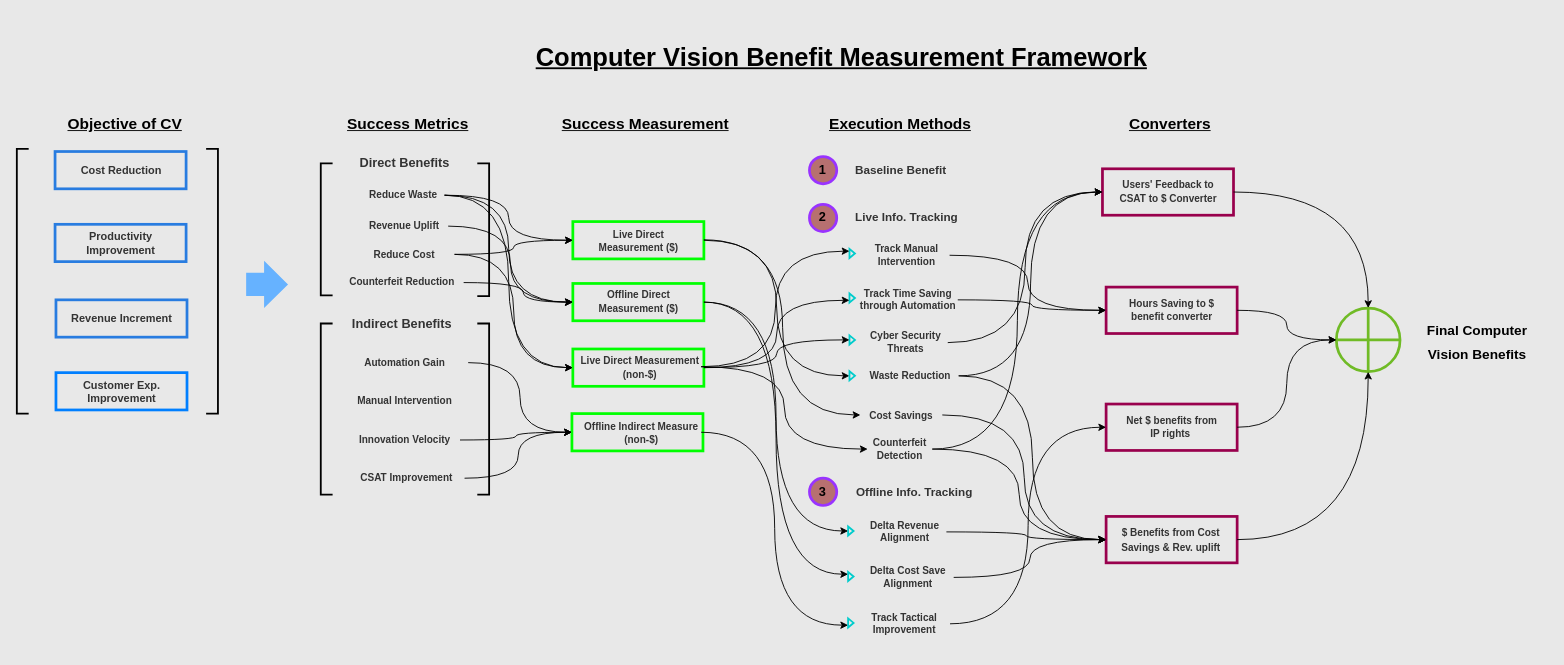
Before: CV Benefit Framework.drawio in tuhinkm/Documents, a draw.io diagram. Source tidied: cells renumbered, new cells numbered last; positions are measured from the earlier drawing's top-left corner, leaving out a move shared by most shapes. Both pictures are drawn from the tidied source at 91%, with x=0, y=0 at pixel (16, 41).
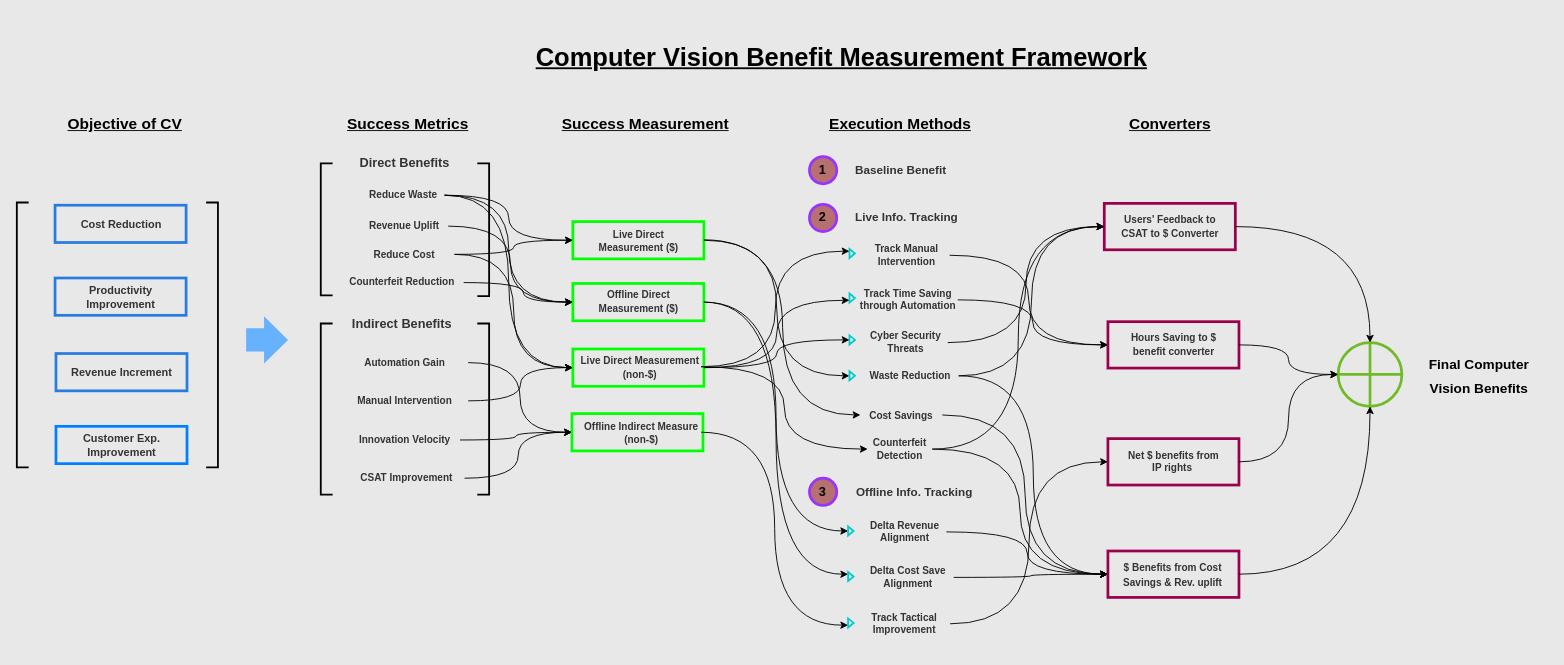
The same diagram, later.

Unchanged cells that the change refers to:
```xml
<mxCell id="30" value="&lt;h5&gt;&lt;font style=&quot;color: rgb(51, 51, 51); font-size: 11px;&quot;&gt;&lt;b&gt;Manual Intervention&lt;/b&gt;&lt;/font&gt;&lt;/h5&gt;" style="text;html=1;align=center;verticalAlign=middle;whiteSpace=wrap;rounded=0;fontSize=12;" parent="1" vertex="1">
  <mxGeometry x="357" y="380" width="139" height="30" as="geometry" />
</mxCell>
<mxCell id="39" style="rounded=0;whiteSpace=wrap;html=1;fillColor=none;strokeColor=light-dark(#00FF00,#008F00);strokeWidth=3;" parent="1" vertex="1">
  <mxGeometry x="611" y="338" width="144" height="41" as="geometry" />
</mxCell>
```

Diff of the diagram source:
```diff
@@
     <mxCell id="3" style="group;" parent="1" vertex="1">
-      <mxGeometry x="42" y="121" width="144" height="41" as="geometry" />
+      <mxGeometry x="42" y="180" width="144" height="41" as="geometry" />
     </mxCell>
@@
     <mxCell id="6" style="group;" parent="1" vertex="1">
-      <mxGeometry x="42" y="201" width="144" height="41" as="geometry" />
+      <mxGeometry x="42" y="260" width="144" height="41" as="geometry" />
     </mxCell>
@@
     <mxCell id="9" style="group;" parent="1" vertex="1">
-      <mxGeometry x="43" y="284" width="144" height="41" as="geometry" />
+      <mxGeometry x="43" y="343" width="144" height="41" as="geometry" />
     </mxCell>
@@
     <mxCell id="12" style="group;" parent="1" vertex="1">
-      <mxGeometry x="43" y="364" width="144" height="41" as="geometry" />
+      <mxGeometry x="43" y="423" width="144" height="41" as="geometry" />
     </mxCell>
@@
     <mxCell id="15" style="strokeWidth=2;html=1;shape=mxgraph.flowchart.annotation_1;align=left;" parent="1" vertex="1">
-      <mxGeometry y="118" width="13" height="291" as="geometry" />
+      <mxGeometry y="177" width="13" height="291" as="geometry" />
     </mxCell>
     <mxCell id="16" style="strokeWidth=2;html=1;shape=mxgraph.flowchart.annotation_1;align=left;direction=west;" parent="1" vertex="1">
-      <mxGeometry x="208" y="118" width="13" height="291" as="geometry" />
+      <mxGeometry x="208" y="177" width="13" height="291" as="geometry" />
     </mxCell>
@@
     <mxCell id="84" style="rounded=0;whiteSpace=wrap;html=1;fillColor=none;strokeColor=light-dark(#99004d, #008F00);strokeWidth=3;" parent="1" vertex="1">
-      <mxGeometry x="1193" y="140" width="144" height="51" as="geometry" />
+      <mxGeometry x="1195" y="178" width="144" height="51" as="geometry" />
     </mxCell>
     <mxCell id="85" style="group;strokeColor=light-dark(#99004d, #008F00);" parent="1" vertex="1">
-      <mxGeometry x="1193" y="140" width="144" height="51" as="geometry" />
+      <mxGeometry x="1195" y="178" width="144" height="51" as="geometry" />
     </mxCell>
@@
     <mxCell id="87" style="rounded=0;whiteSpace=wrap;html=1;fillColor=none;strokeColor=light-dark(#99004D,#008F00);strokeWidth=3;" parent="1" vertex="1">
-      <mxGeometry x="1197" y="270" width="144" height="51" as="geometry" />
+      <mxGeometry x="1199" y="308" width="144" height="51" as="geometry" />
     </mxCell>
     <mxCell id="88" style="group;" parent="1" vertex="1">
-      <mxGeometry x="1197" y="270" width="144" height="51" as="geometry" />
+      <mxGeometry x="1199" y="308" width="144" height="51" as="geometry" />
     </mxCell>
@@
     <mxCell id="90" style="rounded=0;whiteSpace=wrap;html=1;fillColor=none;strokeColor=light-dark(#99004D,#008F00);strokeWidth=3;" parent="1" vertex="1">
-      <mxGeometry x="1197" y="398.5" width="144" height="51" as="geometry" />
+      <mxGeometry x="1199" y="436.5" width="144" height="51" as="geometry" />
     </mxCell>
     <mxCell id="91" style="group;" parent="1" vertex="1">
-      <mxGeometry x="1197" y="398.5" width="144" height="51" as="geometry" />
+      <mxGeometry x="1199" y="436.5" width="144" height="51" as="geometry" />
     </mxCell>
@@
     <mxCell id="93" style="rounded=0;whiteSpace=wrap;html=1;fillColor=none;strokeColor=light-dark(#99004D,#008F00);strokeWidth=3;" parent="1" vertex="1">
-      <mxGeometry x="1197" y="522" width="144" height="51" as="geometry" />
+      <mxGeometry x="1199" y="560" width="144" height="51" as="geometry" />
     </mxCell>
     <mxCell id="94" style="group;" parent="1" vertex="1">
-      <mxGeometry x="1197" y="522" width="144" height="51" as="geometry" />
+      <mxGeometry x="1199" y="560" width="144" height="51" as="geometry" />
     </mxCell>
@@
     <mxCell id="96" style="verticalLabelPosition=bottom;verticalAlign=top;html=1;shape=mxgraph.flowchart.summing_function;fillColor=none;strokeColor=#70BB26;strokeWidth=3;" parent="1" vertex="1">
-      <mxGeometry x="1450" y="293" width="70" height="70" as="geometry" />
+      <mxGeometry x="1452" y="331" width="70" height="70" as="geometry" />
     </mxCell>
@@
     <mxCell id="101" value="&lt;h2&gt;&lt;b&gt;&lt;font style=&quot;font-size: 15px;&quot;&gt;Final Computer Vision Benefits&lt;/font&gt;&lt;/b&gt;&lt;/h2&gt;" style="text;html=1;align=center;verticalAlign=middle;whiteSpace=wrap;rounded=0;fontSize=14;" parent="1" vertex="1">
-      <mxGeometry x="1528" y="303.5" width="154" height="49" as="geometry" />
+      <mxGeometry x="1530" y="341.5" width="154" height="49" as="geometry" />
     </mxCell>
@@
     <mxCell id="110" style="html=1;shadow=0;dashed=0;align=center;verticalAlign=middle;shape=mxgraph.arrows2.arrow;dy=0.51;dx=26.29;notch=0;fillColor=#66B2FF;strokeColor=none;" parent="1" vertex="1">
-      <mxGeometry x="252" y="241" width="46" height="52" as="geometry" />
+      <mxGeometry x="252" y="302" width="46" height="52" as="geometry" />
     </mxCell>
@@
+    <mxCell id="122" style="edgeStyle=orthogonalEdgeStyle;curved=1;rounded=0;jettySize=auto;html=1;exitX=1;exitY=0.5;exitDx=0;exitDy=0;entryX=0;entryY=0.5;entryDx=0;entryDy=0;" parent="1" edge="1" source="30" target="39">
+      <mxGeometry relative="1" as="geometry" />
+    </mxCell>
```
